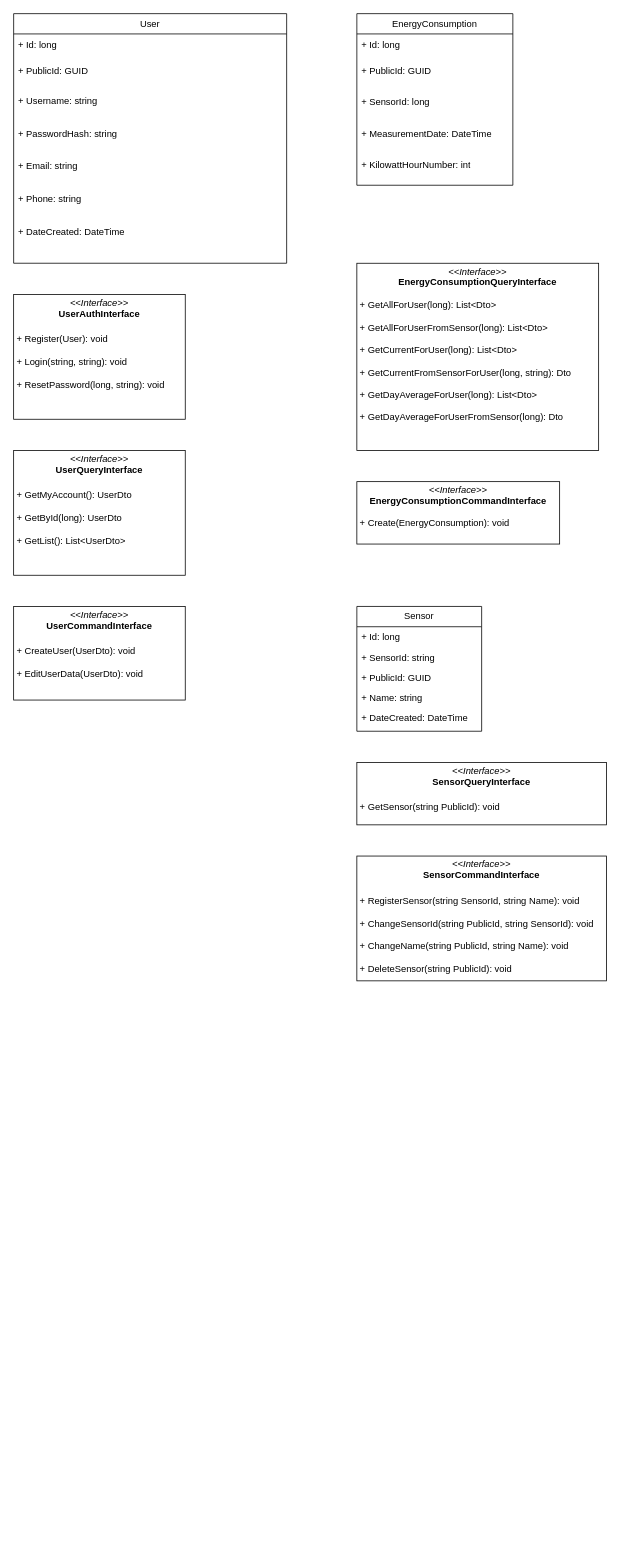
This is page "Domain data model" (2 of 3) of Calcis.drawio from HubertSmiechowicz/Calcis, a draw.io file, before an edit. Source tidied: cells renumbered, new cells numbered last; positions are measured from the earlier drawing's top-left corner, leaving out a move shared by most shapes. Both pictures are drawn from the tidied source at 78%, with x=0, y=0 at pixel (13, 13).
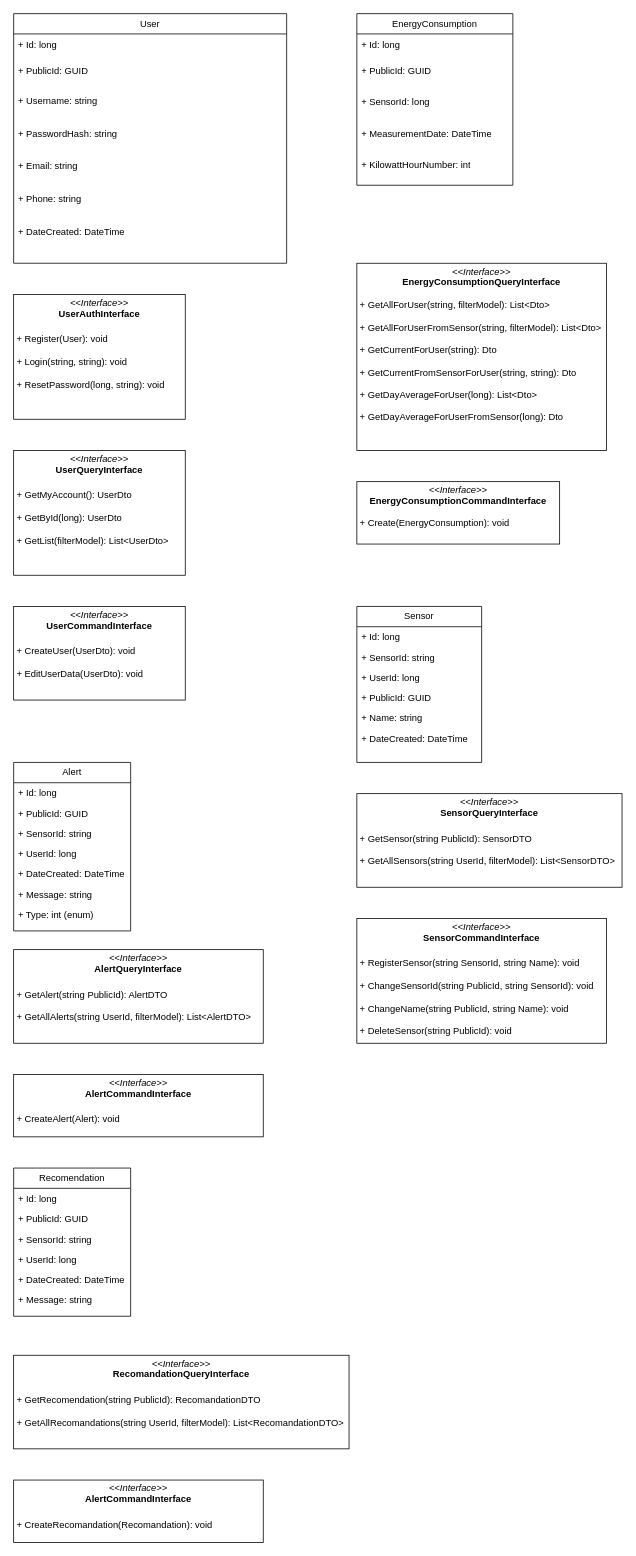
Above is the later version.

The edit, as a diff of the source:
```diff
@@
-    <mxCell id="11" value="&lt;p style=&quot;margin:0px;margin-top:4px;text-align:center;&quot;&gt;&lt;i&gt;&amp;lt;&amp;lt;Interface&amp;gt;&amp;gt;&lt;/i&gt;&lt;br&gt;&lt;b&gt;UserQueryInterface&lt;/b&gt;&lt;/p&gt;&lt;p style=&quot;margin:0px;margin-top:4px;text-align:center;&quot;&gt;&lt;b&gt;&lt;br&gt;&lt;/b&gt;&lt;/p&gt;&lt;p style=&quot;margin:0px;margin-left:4px;&quot;&gt;+ GetMyAccount(): UserDto&lt;/p&gt;&lt;p style=&quot;margin:0px;margin-left:4px;&quot;&gt;&lt;br&gt;+ GetById(long): UserDto&lt;/p&gt;&lt;p style=&quot;margin:0px;margin-left:4px;&quot;&gt;&lt;br&gt;&lt;/p&gt;&lt;p style=&quot;margin:0px;margin-left:4px;&quot;&gt;+ GetList(): List&amp;lt;UserDto&amp;gt;&lt;br&gt;&lt;/p&gt;" style="verticalAlign=top;align=left;overflow=fill;html=1;whiteSpace=wrap;" parent="1" vertex="1">
+    <mxCell id="11" value="&lt;p style=&quot;margin:0px;margin-top:4px;text-align:center;&quot;&gt;&lt;i&gt;&amp;lt;&amp;lt;Interface&amp;gt;&amp;gt;&lt;/i&gt;&lt;br&gt;&lt;b&gt;UserQueryInterface&lt;/b&gt;&lt;/p&gt;&lt;p style=&quot;margin:0px;margin-top:4px;text-align:center;&quot;&gt;&lt;b&gt;&lt;br&gt;&lt;/b&gt;&lt;/p&gt;&lt;p style=&quot;margin:0px;margin-left:4px;&quot;&gt;+ GetMyAccount(): UserDto&lt;/p&gt;&lt;p style=&quot;margin:0px;margin-left:4px;&quot;&gt;&lt;br&gt;+ GetById(long): UserDto&lt;/p&gt;&lt;p style=&quot;margin:0px;margin-left:4px;&quot;&gt;&lt;br&gt;&lt;/p&gt;&lt;p style=&quot;margin:0px;margin-left:4px;&quot;&gt;+ GetList(filterModel): List&amp;lt;UserDto&amp;gt;&lt;br&gt;&lt;/p&gt;" style="verticalAlign=top;align=left;overflow=fill;html=1;whiteSpace=wrap;" parent="1" vertex="1">
       <mxGeometry y="560" width="220" height="160" as="geometry" />
     </mxCell>
@@
-    <mxCell id="19" value="&lt;p style=&quot;margin:0px;margin-top:4px;text-align:center;&quot;&gt;&lt;i&gt;&amp;lt;&amp;lt;Interface&amp;gt;&amp;gt;&lt;/i&gt;&lt;br&gt;&lt;b&gt;EnergyConsumptionQueryInterface&lt;/b&gt;&lt;/p&gt;&lt;p style=&quot;margin:0px;margin-left:4px;&quot;&gt;&lt;br&gt;&lt;/p&gt;&lt;p style=&quot;margin:0px;margin-left:4px;&quot;&gt;+ GetAllForUser(long): List&amp;lt;Dto&amp;gt;&lt;/p&gt;&lt;p style=&quot;margin:0px;margin-left:4px;&quot;&gt;&lt;br&gt;&lt;/p&gt;&lt;p style=&quot;margin: 0px 0px 0px 4px;&quot;&gt;+ GetAllForUserFromSensor(long): List&amp;lt;Dto&amp;gt;&lt;/p&gt;&lt;p style=&quot;margin:0px;margin-left:4px;&quot;&gt;&lt;br&gt;+ GetCurrentForUser(long): List&amp;lt;Dto&amp;gt;&lt;/p&gt;&lt;p style=&quot;margin:0px;margin-left:4px;&quot;&gt;&lt;br&gt;&lt;/p&gt;&lt;p style=&quot;margin: 0px 0px 0px 4px;&quot;&gt;+ GetCurrentFromSensorForUser(long, string): Dto&lt;/p&gt;&lt;p style=&quot;margin: 0px 0px 0px 4px;&quot;&gt;&lt;br&gt;&lt;/p&gt;&lt;p style=&quot;margin: 0px 0px 0px 4px;&quot;&gt;+ GetDayAverageForUser(long): List&amp;lt;Dto&amp;gt;&lt;/p&gt;&lt;p style=&quot;margin: 0px 0px 0px 4px;&quot;&gt;&lt;br&gt;&lt;/p&gt;&lt;p style=&quot;margin: 0px 0px 0px 4px;&quot;&gt;+ GetDayAverageForUserFromSensor(long): Dto&lt;/p&gt;&lt;p style=&quot;margin: 0px 0px 0px 4px;&quot;&gt;&lt;br&gt;&lt;/p&gt;" style="verticalAlign=top;align=left;overflow=fill;html=1;whiteSpace=wrap;" parent="1" vertex="1">
-      <mxGeometry x="440" y="320" width="310" height="240" as="geometry" />
+    <mxCell id="19" value="&lt;p style=&quot;margin:0px;margin-top:4px;text-align:center;&quot;&gt;&lt;i&gt;&amp;lt;&amp;lt;Interface&amp;gt;&amp;gt;&lt;/i&gt;&lt;br&gt;&lt;b&gt;EnergyConsumptionQueryInterface&lt;/b&gt;&lt;/p&gt;&lt;p style=&quot;margin:0px;margin-left:4px;&quot;&gt;&lt;br&gt;&lt;/p&gt;&lt;p style=&quot;margin:0px;margin-left:4px;&quot;&gt;+ GetAllForUser(string, filterModel): List&amp;lt;Dto&amp;gt;&lt;/p&gt;&lt;p style=&quot;margin:0px;margin-left:4px;&quot;&gt;&lt;br&gt;&lt;/p&gt;&lt;p style=&quot;margin: 0px 0px 0px 4px;&quot;&gt;+ GetAllForUserFromSensor(string, filterModel): List&amp;lt;Dto&amp;gt;&lt;/p&gt;&lt;p style=&quot;margin:0px;margin-left:4px;&quot;&gt;&lt;br&gt;+ GetCurrentForUser(string&lt;span style=&quot;background-color: initial;&quot;&gt;): Dto&lt;/span&gt;&lt;/p&gt;&lt;p style=&quot;margin:0px;margin-left:4px;&quot;&gt;&lt;br&gt;&lt;/p&gt;&lt;p style=&quot;margin: 0px 0px 0px 4px;&quot;&gt;+ GetCurrentFromSensorForUser(string, string&lt;span style=&quot;background-color: initial;&quot;&gt;): Dto&lt;/span&gt;&lt;/p&gt;&lt;p style=&quot;margin: 0px 0px 0px 4px;&quot;&gt;&lt;br&gt;&lt;/p&gt;&lt;p style=&quot;margin: 0px 0px 0px 4px;&quot;&gt;+ GetDayAverageForUser(long&lt;span style=&quot;background-color: initial;&quot;&gt;): List&amp;lt;Dto&amp;gt;&lt;/span&gt;&lt;/p&gt;&lt;p style=&quot;margin: 0px 0px 0px 4px;&quot;&gt;&lt;br&gt;&lt;/p&gt;&lt;p style=&quot;margin: 0px 0px 0px 4px;&quot;&gt;+ GetDayAverageForUserFromSensor(long): Dto&lt;/p&gt;&lt;p style=&quot;margin: 0px 0px 0px 4px;&quot;&gt;&lt;br&gt;&lt;/p&gt;" style="verticalAlign=top;align=left;overflow=fill;html=1;whiteSpace=wrap;" parent="1" vertex="1">
+      <mxGeometry x="440" y="320" width="320" height="240" as="geometry" />
     </mxCell>
@@
     <mxCell id="21" value="Sensor" style="swimlane;fontStyle=0;horizontal=1;startSize=26;fillColor=none;whiteSpace=wrap;html=1;" parent="1" vertex="1">
-      <mxGeometry x="440" y="760" width="160" height="160" as="geometry" />
+      <mxGeometry x="440" y="760" width="160" height="200" as="geometry" />
     </mxCell>
@@
+    <mxCell id="29" value="+ SensorId: string" style="text;strokeColor=none;fillColor=none;align=left;verticalAlign=top;spacingLeft=4;spacingRight=4;overflow=hidden;whiteSpace=wrap;html=1;" parent="21" vertex="1">
+      <mxGeometry y="52" width="160" height="26" as="geometry" />
+    </mxCell>
-    <mxCell id="23" value="+ SensorId: string" style="text;strokeColor=none;fillColor=none;align=left;verticalAlign=top;spacingLeft=4;spacingRight=4;overflow=hidden;whiteSpace=wrap;html=1;" parent="21" vertex="1">
-      <mxGeometry y="52" width="160" height="26" as="geometry" />
+    <mxCell id="23" value="+ UserId: long" style="text;strokeColor=none;fillColor=none;align=left;verticalAlign=top;spacingLeft=4;spacingRight=4;overflow=hidden;whiteSpace=wrap;html=1;" parent="21" vertex="1">
+      <mxGeometry y="78" width="160" height="26" as="geometry" />
     </mxCell>
     <mxCell id="24" value="+ PublicId: GUID" style="text;strokeColor=none;fillColor=none;align=left;verticalAlign=top;spacingLeft=4;spacingRight=4;overflow=hidden;whiteSpace=wrap;html=1;" parent="21" vertex="1">
-      <mxGeometry y="78" width="160" height="26" as="geometry" />
+      <mxGeometry y="104" width="160" height="26" as="geometry" />
     </mxCell>
     <mxCell id="25" value="+ Name: string" style="text;strokeColor=none;fillColor=none;align=left;verticalAlign=top;spacingLeft=4;spacingRight=4;overflow=hidden;whiteSpace=wrap;html=1;" parent="21" vertex="1">
-      <mxGeometry y="104" width="160" height="26" as="geometry" />
+      <mxGeometry y="130" width="160" height="26" as="geometry" />
     </mxCell>
     <mxCell id="26" value="+ DateCreated: DateTime" style="text;strokeColor=none;fillColor=none;align=left;verticalAlign=top;spacingLeft=4;spacingRight=4;overflow=hidden;whiteSpace=wrap;html=1;" parent="21" vertex="1">
-      <mxGeometry y="130" width="160" height="30" as="geometry" />
+      <mxGeometry y="156" width="160" height="44" as="geometry" />
     </mxCell>
     <mxCell id="27" value="&lt;p style=&quot;margin:0px;margin-top:4px;text-align:center;&quot;&gt;&lt;i&gt;&amp;lt;&amp;lt;Interface&amp;gt;&amp;gt;&lt;/i&gt;&lt;br&gt;&lt;b&gt;SensorCommandInterface&lt;/b&gt;&lt;/p&gt;&lt;p style=&quot;margin:0px;margin-top:4px;text-align:center;&quot;&gt;&lt;b&gt;&lt;br&gt;&lt;/b&gt;&lt;/p&gt;&lt;p style=&quot;margin:0px;margin-left:4px;&quot;&gt;+ RegisterSensor(string SensorId, string Name): void&lt;/p&gt;&lt;p style=&quot;margin:0px;margin-left:4px;&quot;&gt;&lt;br&gt;&lt;/p&gt;&lt;p style=&quot;margin: 0px 0px 0px 4px;&quot;&gt;+ ChangeSensorId(string PublicId, string SensorId): void&lt;/p&gt;&lt;p style=&quot;margin:0px;margin-left:4px;&quot;&gt;&lt;br&gt;+ ChangeName(string PublicId, string Name): void&lt;/p&gt;&lt;p style=&quot;margin:0px;margin-left:4px;&quot;&gt;&lt;br&gt;&lt;/p&gt;&lt;p style=&quot;margin: 0px 0px 0px 4px;&quot;&gt;+ DeleteSensor(string PublicId): void&lt;/p&gt;&lt;p style=&quot;margin: 0px 0px 0px 4px;&quot;&gt;&lt;br&gt;&lt;/p&gt;" style="verticalAlign=top;align=left;overflow=fill;html=1;whiteSpace=wrap;" parent="1" vertex="1">
-      <mxGeometry x="440" y="1080" width="320" height="160" as="geometry" />
+      <mxGeometry x="440" y="1160" width="320" height="160" as="geometry" />
     </mxCell>
-    <mxCell id="28" value="&lt;p style=&quot;margin:0px;margin-top:4px;text-align:center;&quot;&gt;&lt;i&gt;&amp;lt;&amp;lt;Interface&amp;gt;&amp;gt;&lt;/i&gt;&lt;br&gt;&lt;b&gt;SensorQueryInterface&lt;/b&gt;&lt;/p&gt;&lt;p style=&quot;margin:0px;margin-top:4px;text-align:center;&quot;&gt;&lt;b&gt;&lt;br&gt;&lt;/b&gt;&lt;/p&gt;&lt;p style=&quot;margin:0px;margin-left:4px;&quot;&gt;+ GetSensor(string PublicId): void&lt;/p&gt;&lt;p style=&quot;margin:0px;margin-left:4px;&quot;&gt;&lt;br&gt;&lt;/p&gt;&lt;p style=&quot;margin: 0px 0px 0px 4px;&quot;&gt;&lt;br&gt;&lt;/p&gt;&lt;p style=&quot;margin:0px;margin-left:4px;&quot;&gt;&lt;br&gt;&lt;/p&gt;&lt;p style=&quot;margin: 0px 0px 0px 4px;&quot;&gt;&lt;br&gt;&lt;/p&gt;" style="verticalAlign=top;align=left;overflow=fill;html=1;whiteSpace=wrap;" parent="1" vertex="1">
-      <mxGeometry x="440" y="960" width="320" height="80" as="geometry" />
+    <mxCell id="28" value="&lt;p style=&quot;margin:0px;margin-top:4px;text-align:center;&quot;&gt;&lt;i&gt;&amp;lt;&amp;lt;Interface&amp;gt;&amp;gt;&lt;/i&gt;&lt;br&gt;&lt;b&gt;SensorQueryInterface&lt;/b&gt;&lt;/p&gt;&lt;p style=&quot;margin:0px;margin-top:4px;text-align:center;&quot;&gt;&lt;b&gt;&lt;br&gt;&lt;/b&gt;&lt;/p&gt;&lt;p style=&quot;margin:0px;margin-left:4px;&quot;&gt;+ GetSensor(string PublicId): SensorDTO&lt;/p&gt;&lt;p style=&quot;margin:0px;margin-left:4px;&quot;&gt;&lt;br&gt;&lt;/p&gt;&lt;p style=&quot;margin:0px;margin-left:4px;&quot;&gt;+ GetAllSensors(string UserId, filterModel): List&amp;lt;SensorDTO&amp;gt;&lt;/p&gt;&lt;p style=&quot;margin:0px;margin-left:4px;&quot;&gt;&lt;br&gt;&lt;/p&gt;&lt;p style=&quot;margin: 0px 0px 0px 4px;&quot;&gt;&lt;br&gt;&lt;/p&gt;&lt;p style=&quot;margin:0px;margin-left:4px;&quot;&gt;&lt;br&gt;&lt;/p&gt;&lt;p style=&quot;margin: 0px 0px 0px 4px;&quot;&gt;&lt;br&gt;&lt;/p&gt;" style="verticalAlign=top;align=left;overflow=fill;html=1;whiteSpace=wrap;" parent="1" vertex="1">
+      <mxGeometry x="440" y="1000" width="340" height="120" as="geometry" />
     </mxCell>
+    <mxCell id="30" value="Alert" style="swimlane;fontStyle=0;horizontal=1;startSize=26;fillColor=none;whiteSpace=wrap;html=1;" parent="1" vertex="1">
+      <mxGeometry y="960" width="150" height="216" as="geometry" />
+    </mxCell>
+    <mxCell id="31" value="+ Id: long" style="text;strokeColor=none;fillColor=none;align=left;verticalAlign=top;spacingLeft=4;spacingRight=4;overflow=hidden;whiteSpace=wrap;html=1;" parent="30" vertex="1">
+      <mxGeometry y="26" width="150" height="26" as="geometry" />
+    </mxCell>
+    <mxCell id="32" value="+ PublicId: GUID" style="text;strokeColor=none;fillColor=none;align=left;verticalAlign=top;spacingLeft=4;spacingRight=4;overflow=hidden;whiteSpace=wrap;html=1;" parent="30" vertex="1">
+      <mxGeometry y="52" width="150" height="26" as="geometry" />
+    </mxCell>
+    <mxCell id="33" value="+ SensorId: string" style="text;strokeColor=none;fillColor=none;align=left;verticalAlign=top;spacingLeft=4;spacingRight=4;overflow=hidden;whiteSpace=wrap;html=1;" parent="30" vertex="1">
+      <mxGeometry y="78" width="150" height="26" as="geometry" />
+    </mxCell>
+    <mxCell id="34" value="+ UserId: long" style="text;strokeColor=none;fillColor=none;align=left;verticalAlign=top;spacingLeft=4;spacingRight=4;overflow=hidden;whiteSpace=wrap;html=1;" parent="30" vertex="1">
+      <mxGeometry y="104" width="150" height="26" as="geometry" />
+    </mxCell>
+    <mxCell id="35" value="+ DateCreated: DateTime" style="text;strokeColor=none;fillColor=none;align=left;verticalAlign=top;spacingLeft=4;spacingRight=4;overflow=hidden;whiteSpace=wrap;html=1;" parent="30" vertex="1">
+      <mxGeometry y="130" width="150" height="26" as="geometry" />
+    </mxCell>
+    <mxCell id="36" value="+ Message: string" style="text;strokeColor=none;fillColor=none;align=left;verticalAlign=top;spacingLeft=4;spacingRight=4;overflow=hidden;whiteSpace=wrap;html=1;" parent="30" vertex="1">
+      <mxGeometry y="156" width="150" height="26" as="geometry" />
+    </mxCell>
+    <mxCell id="37" value="+ Type: int (enum)" style="text;strokeColor=none;fillColor=none;align=left;verticalAlign=top;spacingLeft=4;spacingRight=4;overflow=hidden;whiteSpace=wrap;html=1;" parent="30" vertex="1">
+      <mxGeometry y="182" width="150" height="34" as="geometry" />
+    </mxCell>
+    <mxCell id="38" value="&lt;p style=&quot;margin:0px;margin-top:4px;text-align:center;&quot;&gt;&lt;i&gt;&amp;lt;&amp;lt;Interface&amp;gt;&amp;gt;&lt;/i&gt;&lt;br&gt;&lt;b&gt;AlertQueryInterface&lt;/b&gt;&lt;/p&gt;&lt;p style=&quot;margin:0px;margin-top:4px;text-align:center;&quot;&gt;&lt;b&gt;&lt;br&gt;&lt;/b&gt;&lt;/p&gt;&lt;p style=&quot;margin:0px;margin-left:4px;&quot;&gt;+ GetAlert(string PublicId): AlertDTO&lt;/p&gt;&lt;p style=&quot;margin:0px;margin-left:4px;&quot;&gt;&lt;br&gt;&lt;/p&gt;&lt;p style=&quot;margin:0px;margin-left:4px;&quot;&gt;+ GetAllAlerts(string UserId&lt;span style=&quot;background-color: initial;&quot;&gt;, filterModel&lt;/span&gt;&lt;span style=&quot;background-color: initial;&quot;&gt;): List&amp;lt;AlertDTO&amp;gt;&lt;/span&gt;&lt;/p&gt;&lt;p style=&quot;margin:0px;margin-left:4px;&quot;&gt;&lt;br&gt;&lt;/p&gt;&lt;p style=&quot;margin: 0px 0px 0px 4px;&quot;&gt;&lt;br&gt;&lt;/p&gt;&lt;p style=&quot;margin:0px;margin-left:4px;&quot;&gt;&lt;br&gt;&lt;/p&gt;&lt;p style=&quot;margin: 0px 0px 0px 4px;&quot;&gt;&lt;br&gt;&lt;/p&gt;" style="verticalAlign=top;align=left;overflow=fill;html=1;whiteSpace=wrap;" parent="1" vertex="1">
+      <mxGeometry y="1200" width="320" height="120" as="geometry" />
+    </mxCell>
+    <mxCell id="39" value="&lt;p style=&quot;margin:0px;margin-top:4px;text-align:center;&quot;&gt;&lt;i&gt;&amp;lt;&amp;lt;Interface&amp;gt;&amp;gt;&lt;/i&gt;&lt;br&gt;&lt;b&gt;AlertCommandInterface&lt;/b&gt;&lt;/p&gt;&lt;p style=&quot;margin:0px;margin-top:4px;text-align:center;&quot;&gt;&lt;b&gt;&lt;br&gt;&lt;/b&gt;&lt;/p&gt;&lt;p style=&quot;margin:0px;margin-left:4px;&quot;&gt;+ CreateAlert(Alert): void&lt;/p&gt;&lt;p style=&quot;margin: 0px 0px 0px 4px;&quot;&gt;&lt;br&gt;&lt;/p&gt;&lt;p style=&quot;margin:0px;margin-left:4px;&quot;&gt;&lt;br&gt;&lt;/p&gt;&lt;p style=&quot;margin: 0px 0px 0px 4px;&quot;&gt;&lt;br&gt;&lt;/p&gt;" style="verticalAlign=top;align=left;overflow=fill;html=1;whiteSpace=wrap;" parent="1" vertex="1">
+      <mxGeometry y="1360" width="320" height="80" as="geometry" />
+    </mxCell>
+    <mxCell id="40" value="Recomendation" style="swimlane;fontStyle=0;horizontal=1;startSize=26;fillColor=none;whiteSpace=wrap;html=1;" parent="1" vertex="1">
+      <mxGeometry y="1480" width="150" height="190" as="geometry" />
+    </mxCell>
+    <mxCell id="41" value="+ Id: long" style="text;strokeColor=none;fillColor=none;align=left;verticalAlign=top;spacingLeft=4;spacingRight=4;overflow=hidden;whiteSpace=wrap;html=1;" parent="40" vertex="1">
+      <mxGeometry y="26" width="150" height="26" as="geometry" />
+    </mxCell>
+    <mxCell id="42" value="+ PublicId: GUID" style="text;strokeColor=none;fillColor=none;align=left;verticalAlign=top;spacingLeft=4;spacingRight=4;overflow=hidden;whiteSpace=wrap;html=1;" parent="40" vertex="1">
+      <mxGeometry y="52" width="150" height="26" as="geometry" />
+    </mxCell>
+    <mxCell id="43" value="+ SensorId: string" style="text;strokeColor=none;fillColor=none;align=left;verticalAlign=top;spacingLeft=4;spacingRight=4;overflow=hidden;whiteSpace=wrap;html=1;" parent="40" vertex="1">
+      <mxGeometry y="78" width="150" height="26" as="geometry" />
+    </mxCell>
+    <mxCell id="44" value="+ UserId: long" style="text;strokeColor=none;fillColor=none;align=left;verticalAlign=top;spacingLeft=4;spacingRight=4;overflow=hidden;whiteSpace=wrap;html=1;" parent="40" vertex="1">
+      <mxGeometry y="104" width="150" height="26" as="geometry" />
+    </mxCell>
+    <mxCell id="45" value="+ DateCreated: DateTime" style="text;strokeColor=none;fillColor=none;align=left;verticalAlign=top;spacingLeft=4;spacingRight=4;overflow=hidden;whiteSpace=wrap;html=1;" parent="40" vertex="1">
+      <mxGeometry y="130" width="150" height="26" as="geometry" />
+    </mxCell>
+    <mxCell id="46" value="+ Message: string" style="text;strokeColor=none;fillColor=none;align=left;verticalAlign=top;spacingLeft=4;spacingRight=4;overflow=hidden;whiteSpace=wrap;html=1;" parent="40" vertex="1">
+      <mxGeometry y="156" width="150" height="34" as="geometry" />
+    </mxCell>
+    <mxCell id="47" value="&lt;p style=&quot;margin:0px;margin-top:4px;text-align:center;&quot;&gt;&lt;i&gt;&amp;lt;&amp;lt;Interface&amp;gt;&amp;gt;&lt;/i&gt;&lt;br&gt;&lt;b&gt;RecomandationQueryInterface&lt;/b&gt;&lt;/p&gt;&lt;p style=&quot;margin:0px;margin-top:4px;text-align:center;&quot;&gt;&lt;b&gt;&lt;br&gt;&lt;/b&gt;&lt;/p&gt;&lt;p style=&quot;margin:0px;margin-left:4px;&quot;&gt;+ GetRecomendation(string PublicId): RecomandationDTO&lt;/p&gt;&lt;p style=&quot;margin:0px;margin-left:4px;&quot;&gt;&lt;br&gt;&lt;/p&gt;&lt;p style=&quot;margin:0px;margin-left:4px;&quot;&gt;+ GetAllRecomandations(string UserId&lt;span style=&quot;background-color: initial;&quot;&gt;, filterModel&lt;/span&gt;&lt;span style=&quot;background-color: initial;&quot;&gt;): List&amp;lt;&lt;/span&gt;RecomandationDTO&lt;span style=&quot;background-color: initial;&quot;&gt;&amp;gt;&lt;/span&gt;&lt;/p&gt;&lt;p style=&quot;margin:0px;margin-left:4px;&quot;&gt;&lt;br&gt;&lt;/p&gt;&lt;p style=&quot;margin: 0px 0px 0px 4px;&quot;&gt;&lt;br&gt;&lt;/p&gt;&lt;p style=&quot;margin:0px;margin-left:4px;&quot;&gt;&lt;br&gt;&lt;/p&gt;&lt;p style=&quot;margin: 0px 0px 0px 4px;&quot;&gt;&lt;br&gt;&lt;/p&gt;" style="verticalAlign=top;align=left;overflow=fill;html=1;whiteSpace=wrap;" parent="1" vertex="1">
+      <mxGeometry y="1720" width="430" height="120" as="geometry" />
+    </mxCell>
+    <mxCell id="48" value="&lt;p style=&quot;margin:0px;margin-top:4px;text-align:center;&quot;&gt;&lt;i&gt;&amp;lt;&amp;lt;Interface&amp;gt;&amp;gt;&lt;/i&gt;&lt;br&gt;&lt;b&gt;AlertCommandInterface&lt;/b&gt;&lt;/p&gt;&lt;p style=&quot;margin:0px;margin-top:4px;text-align:center;&quot;&gt;&lt;b&gt;&lt;br&gt;&lt;/b&gt;&lt;/p&gt;&lt;p style=&quot;margin:0px;margin-left:4px;&quot;&gt;+ CreateRecomandation(Recomandation): void&lt;/p&gt;&lt;p style=&quot;margin: 0px 0px 0px 4px;&quot;&gt;&lt;br&gt;&lt;/p&gt;&lt;p style=&quot;margin:0px;margin-left:4px;&quot;&gt;&lt;br&gt;&lt;/p&gt;&lt;p style=&quot;margin: 0px 0px 0px 4px;&quot;&gt;&lt;br&gt;&lt;/p&gt;" style="verticalAlign=top;align=left;overflow=fill;html=1;whiteSpace=wrap;" parent="1" vertex="1">
+      <mxGeometry y="1880" width="320" height="80" as="geometry" />
+    </mxCell>
```
